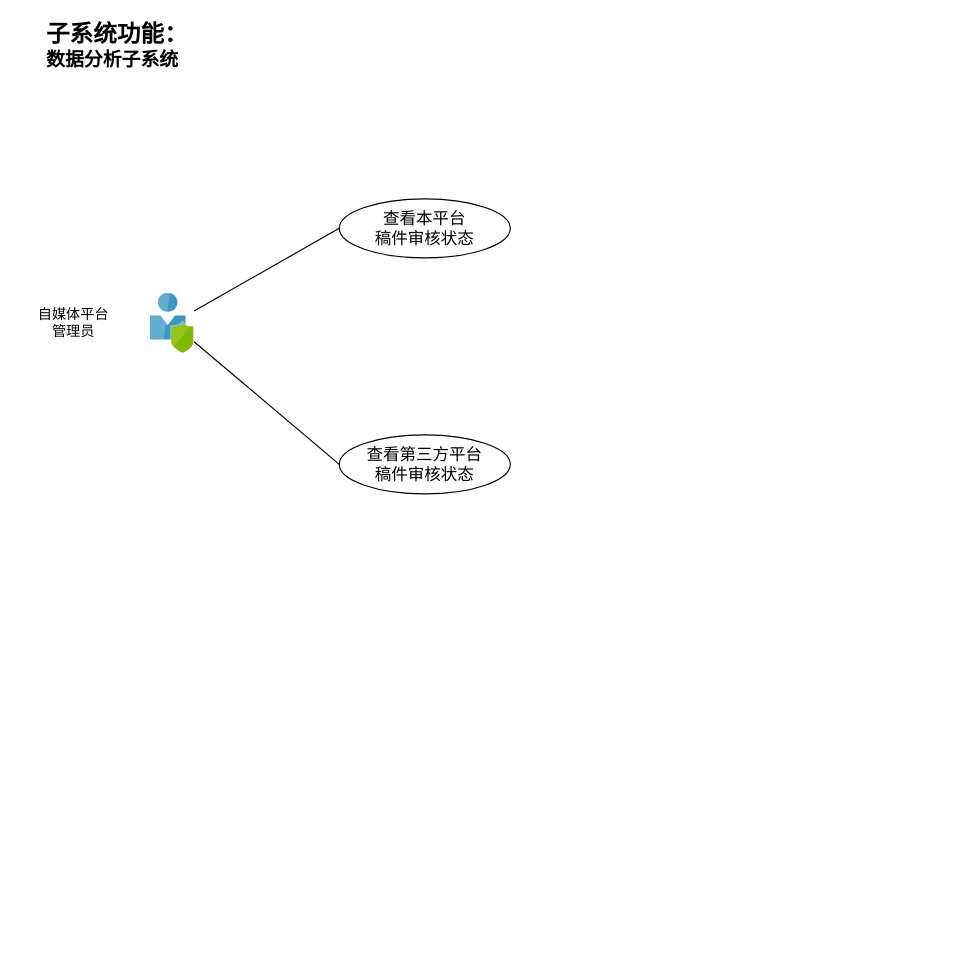
This is 1-SoftwareRequirements/DataAnalysis/da_usercase.drawio from zan-press/diagram, a draw.io file, before an edit. Source tidied: cells renumbered, new cells numbered last; positions are measured from the earlier drawing's top-left corner, leaving out a move shared by most shapes. Both pictures are drawn from the tidied source at 118%, with x=0, y=0 at pixel (20, 21).
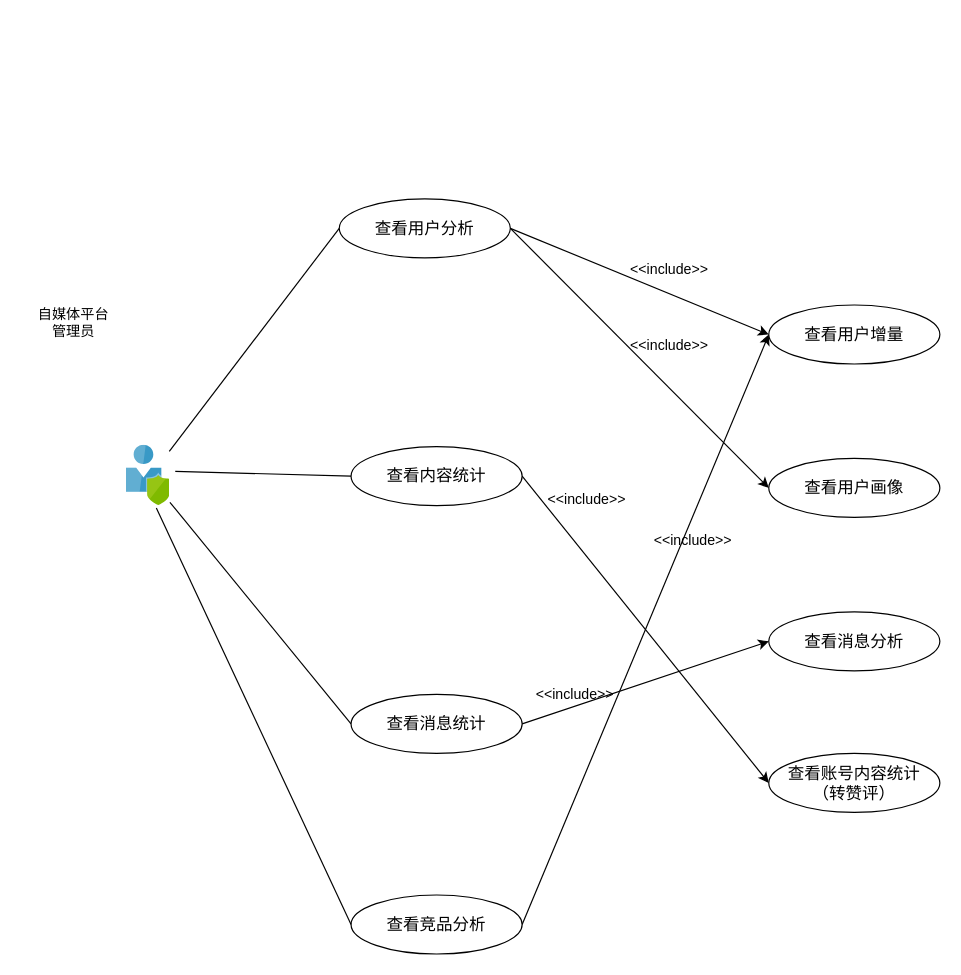
After the change.

Commit message:
Finish usercase of DA

Diff of the diagram source:
```diff
@@
-    <mxCell id="2" style="edgeStyle=none;rounded=0;jettySize=auto;html=1;entryX=0;entryY=0.5;entryDx=0;entryDy=0;startArrow=none;startFill=0;endArrow=none;endFill=0;fontFamily=SF Mono;fontSize=14;" parent="1" edge="1" source="4" target="6">
+    <mxCell id="2" style="edgeStyle=none;rounded=0;jettySize=auto;html=1;entryX=0;entryY=0.5;entryDx=0;entryDy=0;startArrow=none;startFill=0;endArrow=none;endFill=0;fontFamily=SF Mono;fontSize=14;exitX=0.986;exitY=0.098;exitDx=0;exitDy=0;exitPerimeter=0;" parent="1" edge="1" source="4" target="6">
       <mxGeometry relative="1" as="geometry" />
     </mxCell>
@@
     <mxCell id="4" style="html=1;points=[];align=center;image;fontSize=12;image=img/lib/mscae/User_Privacy.svg;" parent="1" vertex="1">
-      <mxGeometry x="110" y="230" width="37" height="51" as="geometry" />
+      <mxGeometry x="89.5" y="359" width="37" height="51" as="geometry" />
     </mxCell>
@@
-    <mxCell id="6" value="查看本平台&lt;br&gt;稿件审核状态" style="ellipse;whiteSpace=wrap;html=1;fontFamily=SF Mono;fontSize=14;" parent="1" vertex="1">
+    <mxCell id="6" value="查看用户分析" style="ellipse;whiteSpace=wrap;html=1;fontFamily=SF Mono;fontSize=14;" parent="1" vertex="1">
       <mxGeometry x="270" y="150" width="145" height="50" as="geometry" />
     </mxCell>
-    <mxCell id="7" value="&lt;font style=&quot;font-size: 20px&quot;&gt;子系统功能：&lt;/font&gt;&lt;br style=&quot;font-size: 16px&quot;&gt;数据分析子系统" style="text;html=1;strokeColor=none;fillColor=none;align=left;verticalAlign=middle;whiteSpace=wrap;rounded=0;fontFamily=SF Mono;fontStyle=1;fontSize=16;" parent="1" vertex="1">
-      <mxGeometry x="20" width="200" height="40" as="geometry" />
-    </mxCell>
-    <mxCell id="8" value="查看第三方平台&lt;br&gt;稿件审核状态" style="ellipse;whiteSpace=wrap;html=1;fontFamily=SF Mono;fontSize=14;" parent="1" vertex="1">
-      <mxGeometry x="270" y="350" width="145" height="50" as="geometry" />
+    <mxCell id="8" value="查看消息统计" style="ellipse;whiteSpace=wrap;html=1;fontFamily=SF Mono;fontSize=14;" parent="1" vertex="1">
+      <mxGeometry x="280" y="570" width="145" height="50" as="geometry" />
     </mxCell>
+    <mxCell id="9" value="查看内容统计" style="ellipse;whiteSpace=wrap;html=1;fontFamily=SF Mono;fontSize=14;" parent="1" vertex="1">
+      <mxGeometry x="280" y="360" width="145" height="50" as="geometry" />
+    </mxCell>
+    <mxCell id="10" value="查看竞品分析" style="ellipse;whiteSpace=wrap;html=1;fontFamily=SF Mono;fontSize=14;" parent="1" vertex="1">
+      <mxGeometry x="280" y="740" width="145" height="50" as="geometry" />
+    </mxCell>
+    <mxCell id="11" style="endArrow=none;html=1;exitX=1.122;exitY=0.431;exitDx=0;exitDy=0;exitPerimeter=0;entryX=0;entryY=0.5;entryDx=0;entryDy=0;" parent="1" edge="1" source="4" target="9">
+      <mxGeometry relative="1" as="geometry" />
+    </mxCell>
+    <mxCell id="12" style="endArrow=none;html=1;exitX=0.689;exitY=1.039;exitDx=0;exitDy=0;exitPerimeter=0;entryX=0;entryY=0.5;entryDx=0;entryDy=0;" parent="1" edge="1" source="4" target="10">
+      <mxGeometry relative="1" as="geometry" />
+    </mxCell>
+    <mxCell id="13" value="查看用户增量" style="ellipse;whiteSpace=wrap;html=1;fontFamily=SF Mono;fontSize=14;" parent="1" vertex="1">
+      <mxGeometry x="634" y="240" width="145" height="50" as="geometry" />
+    </mxCell>
+    <mxCell id="14" value="查看用户画像" style="ellipse;whiteSpace=wrap;html=1;fontFamily=SF Mono;fontSize=14;" parent="1" vertex="1">
+      <mxGeometry x="634" y="370" width="145" height="50" as="geometry" />
+    </mxCell>
+    <mxCell id="15" value="查看消息分析" style="ellipse;whiteSpace=wrap;html=1;fontFamily=SF Mono;fontSize=14;" parent="1" vertex="1">
+      <mxGeometry x="634" y="500" width="145" height="50" as="geometry" />
+    </mxCell>
+    <mxCell id="16" value="查看账号内容统计&lt;br&gt;（转赞评）" style="ellipse;whiteSpace=wrap;html=1;fontFamily=SF Mono;fontSize=14;" parent="1" vertex="1">
+      <mxGeometry x="634" y="620" width="145" height="50" as="geometry" />
+    </mxCell>
+    <mxCell id="17" style="endArrow=classic;html=1;entryX=0;entryY=0.5;entryDx=0;entryDy=0;exitX=1;exitY=0.5;exitDx=0;exitDy=0;" parent="1" edge="1" source="6" target="14">
+      <mxGeometry relative="1" as="geometry" />
+    </mxCell>
+    <mxCell id="18" style="endArrow=classic;html=1;exitX=1;exitY=0.5;exitDx=0;exitDy=0;entryX=0;entryY=0.5;entryDx=0;entryDy=0;" parent="1" edge="1" source="6" target="13">
+      <mxGeometry relative="1" as="geometry" />
+    </mxCell>
+    <mxCell id="19" style="endArrow=classic;html=1;exitX=1;exitY=0.5;exitDx=0;exitDy=0;entryX=0;entryY=0.5;entryDx=0;entryDy=0;" parent="1" edge="1" source="9" target="16">
+      <mxGeometry relative="1" as="geometry" />
+    </mxCell>
+    <mxCell id="20" style="endArrow=classic;html=1;exitX=1;exitY=0.5;exitDx=0;exitDy=0;entryX=0;entryY=0.5;entryDx=0;entryDy=0;" parent="1" edge="1" source="8" target="15">
+      <mxGeometry relative="1" as="geometry" />
+    </mxCell>
+    <mxCell id="21" style="endArrow=classic;html=1;exitX=1;exitY=0.5;exitDx=0;exitDy=0;entryX=0;entryY=0.5;entryDx=0;entryDy=0;" parent="1" edge="1" source="10" target="13">
+      <mxGeometry relative="1" as="geometry" />
+    </mxCell>
+    <mxCell id="22" value="&amp;lt;&amp;lt;include&amp;gt;&amp;gt;" style="text;html=1;strokeColor=none;fillColor=none;align=center;verticalAlign=middle;whiteSpace=wrap;rounded=0;" parent="1" vertex="1">
+      <mxGeometry x="530" y="200" width="40" height="20" as="geometry" />
+    </mxCell>
+    <mxCell id="23" value="&amp;lt;&amp;lt;include&amp;gt;&amp;gt;" style="text;html=1;strokeColor=none;fillColor=none;align=center;verticalAlign=middle;whiteSpace=wrap;rounded=0;" parent="1" vertex="1">
+      <mxGeometry x="530" y="265" width="40" height="20" as="geometry" />
+    </mxCell>
+    <mxCell id="24" value="&amp;lt;&amp;lt;include&amp;gt;&amp;gt;" style="text;html=1;strokeColor=none;fillColor=none;align=center;verticalAlign=middle;whiteSpace=wrap;rounded=0;" parent="1" vertex="1">
+      <mxGeometry x="460" y="395" width="40" height="20" as="geometry" />
+    </mxCell>
+    <mxCell id="25" value="&amp;lt;&amp;lt;include&amp;gt;&amp;gt;" style="text;html=1;strokeColor=none;fillColor=none;align=center;verticalAlign=middle;whiteSpace=wrap;rounded=0;" parent="1" vertex="1">
+      <mxGeometry x="450" y="560" width="40" height="20" as="geometry" />
+    </mxCell>
+    <mxCell id="26" value="&amp;lt;&amp;lt;include&amp;gt;&amp;gt;" style="text;html=1;strokeColor=none;fillColor=none;align=center;verticalAlign=middle;whiteSpace=wrap;rounded=0;" parent="1" vertex="1">
+      <mxGeometry x="550" y="430" width="40" height="20" as="geometry" />
+    </mxCell>
```
